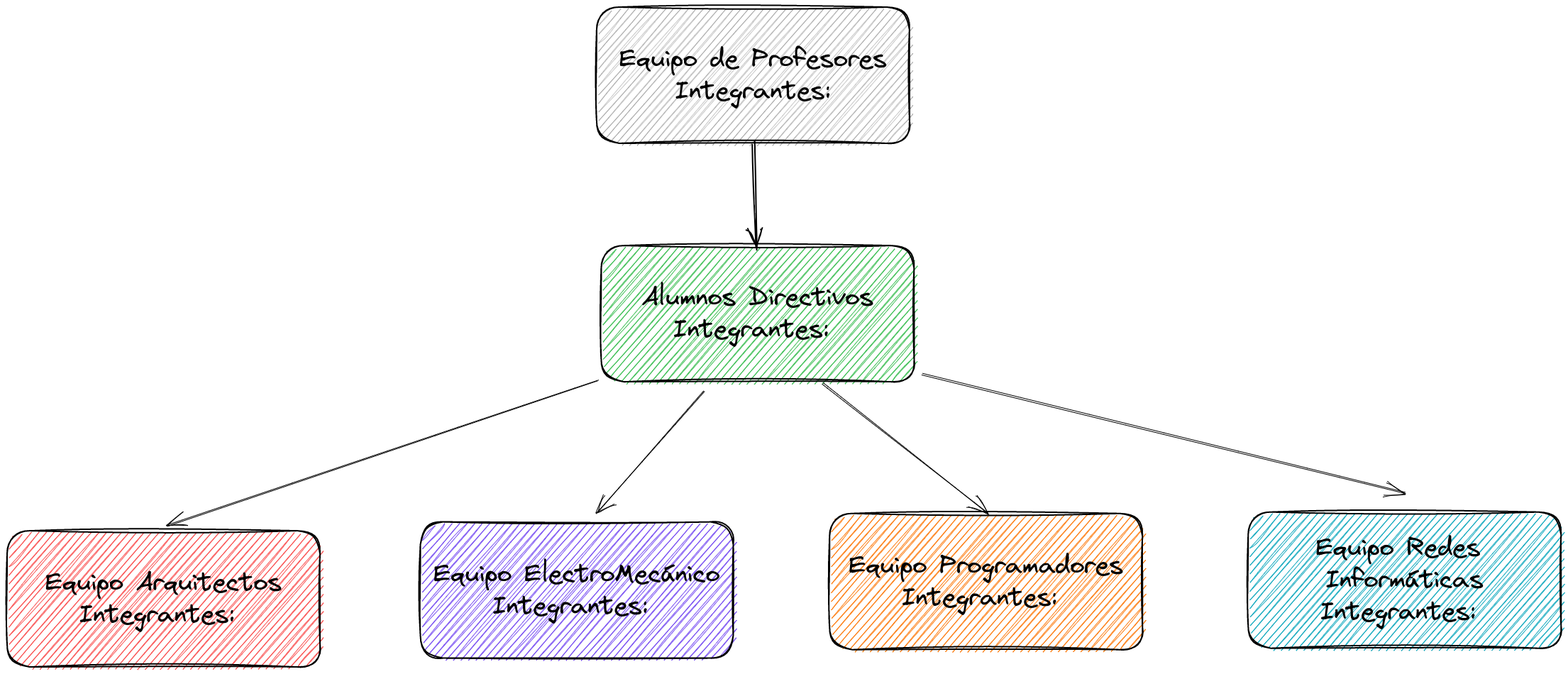
Earlier version of the Excalidraw export organigrama.excalidraw.png (dardocam/proyecto-expo-2023). Source tidied: one line per element, renumbered; positions are measured from the earlier drawing's top-left corner, leaving out a move shared by most shapes. Its diagram source:
```json
{"id": 0, "type": "rectangle", "strokeColor": "#000000", "backgroundColor": "#5555", "fillStyle": "hachure", "strokeWidth": 2, "roughness": 2, "round": true, "x": 831, "y": 0, "width": 441, "height": 192}
{"id": 1, "type": "text", "text": "Equipo de Profesores\nIntegrantes:", "strokeColor": "#000000", "strokeWidth": 1, "roughness": 1, "fontSize": 36, "fontFamily": 1, "textAlign": "center", "verticalAlign": "middle", "inside": 0, "x": 863, "y": 51, "width": 377, "height": 90}
{"id": 2, "type": "rectangle", "strokeColor": "#000000", "backgroundColor": "#40c057", "fillStyle": "hachure", "strokeWidth": 2, "roughness": 2, "round": true, "x": 837, "y": 336, "width": 441, "height": 192}
{"id": 3, "type": "text", "text": "Alumnos Directivos\nIntegrantes: ", "strokeColor": "#000000", "strokeWidth": 1, "roughness": 1, "fontSize": 36, "fontFamily": 1, "textAlign": "center", "verticalAlign": "middle", "inside": 2, "x": 895, "y": 387, "width": 326, "height": 90}
{"id": 4, "type": "arrow", "strokeColor": "#000000", "backgroundColor": "#5555", "fillStyle": "hachure", "strokeWidth": 2, "roughness": 2, "endArrowhead": "arrow", "round": true, "x": 1054, "y": 190, "width": 0, "height": 150, "points": [[0, 0], [0, 150]]}
{"id": 5, "type": "rectangle", "strokeColor": "#000000", "backgroundColor": "#fa5252", "fillStyle": "hachure", "strokeWidth": 2, "roughness": 2, "round": true, "x": 0, "y": 738, "width": 441, "height": 192}
{"id": 6, "type": "text", "text": "Equipo Arquitectos\nIntegrantes: ", "strokeColor": "#000000", "strokeWidth": 1, "roughness": 1, "fontSize": 36, "fontFamily": 1, "textAlign": "center", "verticalAlign": "middle", "inside": 5, "x": 54, "y": 789, "width": 333, "height": 90}
{"id": 7, "type": "rectangle", "strokeColor": "#000000", "backgroundColor": "#7950f2", "fillStyle": "hachure", "strokeWidth": 2, "roughness": 2, "round": true, "x": 582, "y": 726, "width": 441, "height": 192}
{"id": 8, "type": "text", "text": "Equipo ElectroMecánico\nIntegrantes: ", "strokeColor": "#000000", "strokeWidth": 1, "roughness": 1, "fontSize": 36, "fontFamily": 1, "textAlign": "center", "verticalAlign": "middle", "inside": 7, "x": 601, "y": 777, "width": 403, "height": 90}
{"id": 9, "type": "rectangle", "strokeColor": "#000000", "backgroundColor": "#fd7e14", "fillStyle": "hachure", "strokeWidth": 2, "roughness": 2, "round": true, "x": 1159, "y": 714, "width": 441, "height": 192}
{"id": 10, "type": "text", "text": "Equipo Programadores\nIntegrantes: ", "strokeColor": "#000000", "strokeWidth": 1, "roughness": 1, "fontSize": 36, "fontFamily": 1, "textAlign": "center", "verticalAlign": "middle", "inside": 9, "x": 1186, "y": 765, "width": 387, "height": 90}
{"id": 11, "type": "rectangle", "strokeColor": "#000000", "backgroundColor": "#15aabf", "fillStyle": "hachure", "strokeWidth": 2, "roughness": 2, "round": true, "x": 1749, "y": 712, "width": 441, "height": 192}
{"id": 12, "type": "text", "text": "Equipo Redes \nInformáticas\nIntegrantes: ", "strokeColor": "#000000", "strokeWidth": 1, "roughness": 1, "fontSize": 36, "fontFamily": 1, "textAlign": "center", "verticalAlign": "middle", "inside": 11, "x": 1845, "y": 740, "width": 250, "height": 135}
{"id": 13, "type": "arrow", "strokeColor": "#000000", "backgroundColor": "#7950f2", "fillStyle": "hachure", "strokeWidth": 1, "roughness": 1, "endArrowhead": "arrow", "round": true, "from": 2, "to": 5, "x": 833, "y": 527, "width": 607, "height": 203, "points": [[0, 0], [-607, 203]]}
{"id": 14, "type": "arrow", "strokeColor": "#000000", "backgroundColor": "#7950f2", "fillStyle": "hachure", "strokeWidth": 1, "roughness": 1, "endArrowhead": "arrow", "round": true, "from": 2, "to": 7, "x": 983, "y": 540, "width": 153, "height": 173, "points": [[0, 0], [-153, 173]]}
{"id": 15, "type": "arrow", "strokeColor": "#000000", "backgroundColor": "#7950f2", "fillStyle": "hachure", "strokeWidth": 1, "roughness": 1, "endArrowhead": "arrow", "round": true, "from": 2, "x": 1150, "y": 530, "width": 233, "height": 183, "points": [[0, 0], [233, 183]]}
{"id": 16, "type": "arrow", "strokeColor": "#000000", "backgroundColor": "#7950f2", "fillStyle": "hachure", "strokeWidth": 1, "roughness": 1, "endArrowhead": "arrow", "round": true, "from": 2, "to": 11, "x": 1290, "y": 517, "width": 680, "height": 167, "points": [[0, 0], [680, 167]]}
```
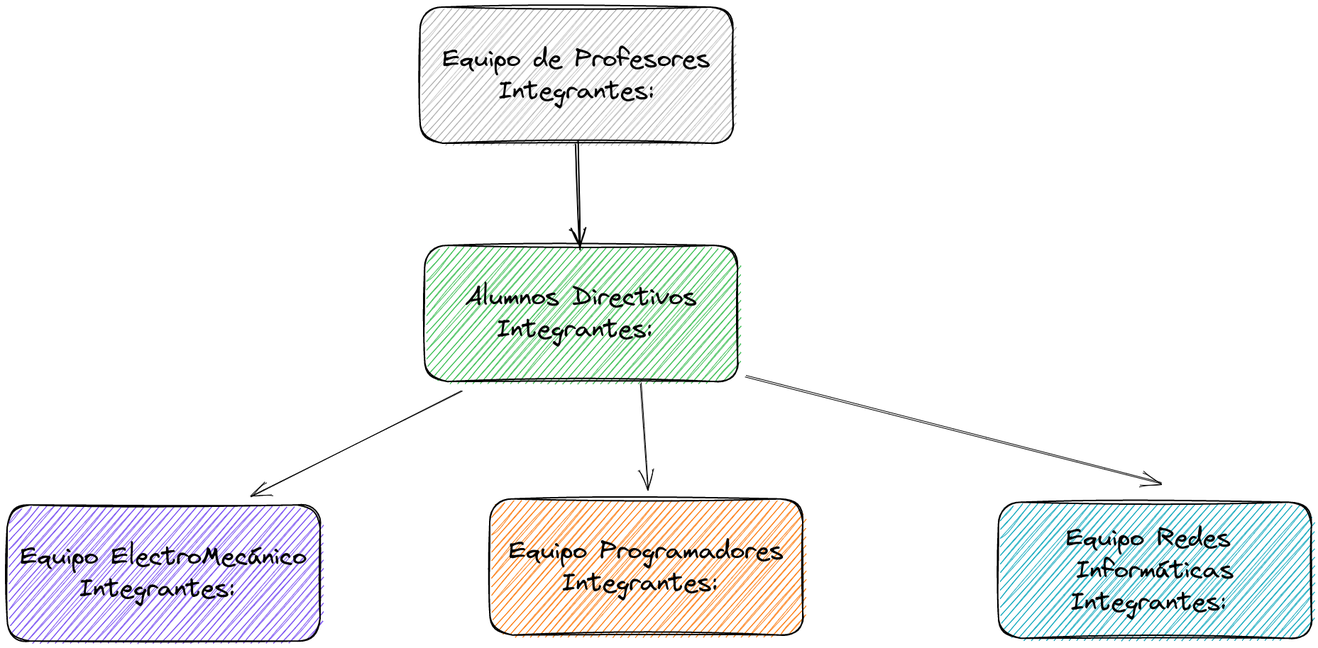
The same file after the commit.

Change to the diagram source:
```diff
@@ -3,15 +3,12 @@
 {"id": 2, "type": "rectangle", "strokeColor": "#000000", "backgroundColor": "#40c057", "fillStyle": "hachure", "strokeWidth": 2, "roughness": 2, "round": true, "x": 837, "y": 336, "width": 441, "height": 192}
 {"id": 3, "type": "text", "text": "Alumnos Directivos\nIntegrantes: ", "strokeColor": "#000000", "strokeWidth": 1, "roughness": 1, "fontSize": 36, "fontFamily": 1, "textAlign": "center", "verticalAlign": "middle", "inside": 2, "x": 895, "y": 387, "width": 326, "height": 90}
 {"id": 4, "type": "arrow", "strokeColor": "#000000", "backgroundColor": "#5555", "fillStyle": "hachure", "strokeWidth": 2, "roughness": 2, "endArrowhead": "arrow", "round": true, "x": 1054, "y": 190, "width": 0, "height": 150, "points": [[0, 0], [0, 150]]}
-{"id": 5, "type": "rectangle", "strokeColor": "#000000", "backgroundColor": "#fa5252", "fillStyle": "hachure", "strokeWidth": 2, "roughness": 2, "round": true, "x": 0, "y": 738, "width": 441, "height": 192}
-{"id": 6, "type": "text", "text": "Equipo Arquitectos\nIntegrantes: ", "strokeColor": "#000000", "strokeWidth": 1, "roughness": 1, "fontSize": 36, "fontFamily": 1, "textAlign": "center", "verticalAlign": "middle", "inside": 5, "x": 54, "y": 789, "width": 333, "height": 90}
-{"id": 7, "type": "rectangle", "strokeColor": "#000000", "backgroundColor": "#7950f2", "fillStyle": "hachure", "strokeWidth": 2, "roughness": 2, "round": true, "x": 582, "y": 726, "width": 441, "height": 192}
+{"id": 7, "type": "rectangle", "strokeColor": "#000000", "backgroundColor": "#7950f2", "fillStyle": "hachure", "strokeWidth": 2, "roughness": 2, "round": true, "x": 249, "y": 702, "width": 441, "height": 192}
-{"id": 8, "type": "text", "text": "Equipo ElectroMecánico\nIntegrantes: ", "strokeColor": "#000000", "strokeWidth": 1, "roughness": 1, "fontSize": 36, "fontFamily": 1, "textAlign": "center", "verticalAlign": "middle", "inside": 7, "x": 601, "y": 777, "width": 403, "height": 90}
+{"id": 8, "type": "text", "text": "Equipo ElectroMecánico\nIntegrantes: ", "strokeColor": "#000000", "strokeWidth": 1, "roughness": 1, "fontSize": 36, "fontFamily": 1, "textAlign": "center", "verticalAlign": "middle", "inside": 7, "x": 268, "y": 753, "width": 403, "height": 90}
-{"id": 9, "type": "rectangle", "strokeColor": "#000000", "backgroundColor": "#fd7e14", "fillStyle": "hachure", "strokeWidth": 2, "roughness": 2, "round": true, "x": 1159, "y": 714, "width": 441, "height": 192}
+{"id": 9, "type": "rectangle", "strokeColor": "#000000", "backgroundColor": "#fd7e14", "fillStyle": "hachure", "strokeWidth": 2, "roughness": 2, "round": true, "x": 929, "y": 694, "width": 441, "height": 192}
-{"id": 10, "type": "text", "text": "Equipo Programadores\nIntegrantes: ", "strokeColor": "#000000", "strokeWidth": 1, "roughness": 1, "fontSize": 36, "fontFamily": 1, "textAlign": "center", "verticalAlign": "middle", "inside": 9, "x": 1186, "y": 765, "width": 387, "height": 90}
+{"id": 10, "type": "text", "text": "Equipo Programadores\nIntegrantes: ", "strokeColor": "#000000", "strokeWidth": 1, "roughness": 1, "fontSize": 36, "fontFamily": 1, "textAlign": "center", "verticalAlign": "middle", "inside": 9, "x": 956, "y": 745, "width": 387, "height": 90}
-{"id": 11, "type": "rectangle", "strokeColor": "#000000", "backgroundColor": "#15aabf", "fillStyle": "hachure", "strokeWidth": 2, "roughness": 2, "round": true, "x": 1749, "y": 712, "width": 441, "height": 192}
+{"id": 11, "type": "rectangle", "strokeColor": "#000000", "backgroundColor": "#15aabf", "fillStyle": "hachure", "strokeWidth": 2, "roughness": 2, "round": true, "x": 1619, "y": 692, "width": 441, "height": 192}
-{"id": 12, "type": "text", "text": "Equipo Redes \nInformáticas\nIntegrantes: ", "strokeColor": "#000000", "strokeWidth": 1, "roughness": 1, "fontSize": 36, "fontFamily": 1, "textAlign": "center", "verticalAlign": "middle", "inside": 11, "x": 1845, "y": 740, "width": 250, "height": 135}
+{"id": 12, "type": "text", "text": "Equipo Redes \nInformáticas\nIntegrantes: ", "strokeColor": "#000000", "strokeWidth": 1, "roughness": 1, "fontSize": 36, "fontFamily": 1, "textAlign": "center", "verticalAlign": "middle", "inside": 11, "x": 1715, "y": 720, "width": 250, "height": 135}
-{"id": 13, "type": "arrow", "strokeColor": "#000000", "backgroundColor": "#7950f2", "fillStyle": "hachure", "strokeWidth": 1, "roughness": 1, "endArrowhead": "arrow", "round": true, "from": 2, "to": 5, "x": 833, "y": 527, "width": 607, "height": 203, "points": [[0, 0], [-607, 203]]}
-{"id": 14, "type": "arrow", "strokeColor": "#000000", "backgroundColor": "#7950f2", "fillStyle": "hachure", "strokeWidth": 1, "roughness": 1, "endArrowhead": "arrow", "round": true, "from": 2, "to": 7, "x": 983, "y": 540, "width": 153, "height": 173, "points": [[0, 0], [-153, 173]]}
+{"id": 14, "type": "arrow", "strokeColor": "#000000", "backgroundColor": "#7950f2", "fillStyle": "hachure", "strokeWidth": 1, "roughness": 1, "endArrowhead": "arrow", "round": true, "from": 2, "to": 7, "x": 891, "y": 540, "width": 299, "height": 150, "points": [[0, 0], [-299, 150]]}
-{"id": 15, "type": "arrow", "strokeColor": "#000000", "backgroundColor": "#7950f2", "fillStyle": "hachure", "strokeWidth": 1, "roughness": 1, "endArrowhead": "arrow", "round": true, "from": 2, "x": 1150, "y": 530, "width": 233, "height": 183, "points": [[0, 0], [233, 183]]}
+{"id": 15, "type": "arrow", "strokeColor": "#000000", "backgroundColor": "#7950f2", "fillStyle": "hachure", "strokeWidth": 1, "roughness": 1, "endArrowhead": "arrow", "round": true, "from": 2, "to": 9, "x": 1142, "y": 530, "width": 10, "height": 150, "points": [[0, 0], [10, 150]]}
-{"id": 16, "type": "arrow", "strokeColor": "#000000", "backgroundColor": "#7950f2", "fillStyle": "hachure", "strokeWidth": 1, "roughness": 1, "endArrowhead": "arrow", "round": true, "from": 2, "to": 11, "x": 1290, "y": 517, "width": 680, "height": 167, "points": [[0, 0], [680, 167]]}
+{"id": 16, "type": "arrow", "strokeColor": "#000000", "backgroundColor": "#7950f2", "fillStyle": "hachure", "strokeWidth": 1, "roughness": 1, "endArrowhead": "arrow", "round": true, "from": 2, "to": 11, "x": 1290, "y": 521, "width": 558, "height": 143, "points": [[0, 0], [558, 143]]}
```
